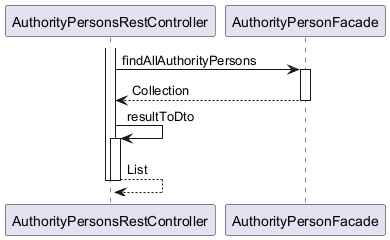
OlegSopilnyak/school-demo keeps this PlantUML diagram as ingress/documentation/html/images/Organization.AuthorityPerson.findAll.puml.png.png. Above is the earlier version.
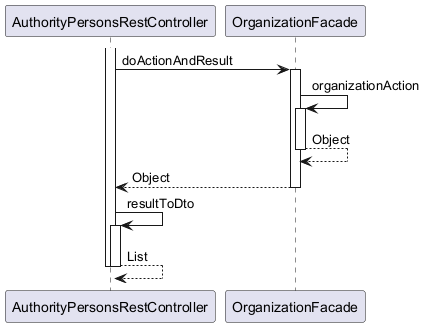
Later version of the same file.

Change to the diagram source:
```diff
@@ -1,13 +1,17 @@
 @startuml
 
 participant AuthorityPersonsRestController
-participant AuthorityPersonFacade
+participant OrganizationFacade
 
 activate AuthorityPersonsRestController
-	AuthorityPersonsRestController -> AuthorityPersonFacade : findAllAuthorityPersons
-	activate AuthorityPersonFacade
-		AuthorityPersonFacade --> AuthorityPersonsRestController : Collection
-	deactivate AuthorityPersonFacade
+	AuthorityPersonsRestController -> OrganizationFacade : doActionAndResult
+	activate OrganizationFacade
+		OrganizationFacade -> OrganizationFacade : organizationAction
+		activate OrganizationFacade
+			OrganizationFacade --> OrganizationFacade : Object
+		deactivate OrganizationFacade
+		OrganizationFacade --> AuthorityPersonsRestController : Object
+	deactivate OrganizationFacade
 	AuthorityPersonsRestController -> AuthorityPersonsRestController : resultToDto
 	activate AuthorityPersonsRestController
 		AuthorityPersonsRestController --> AuthorityPersonsRestController : List
```
